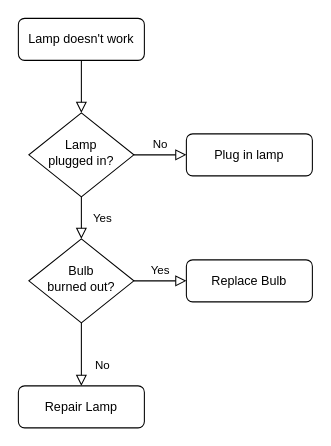
This is lc.drawio from penghao123456/zywtm, a draw.io file, before an edit. Source tidied: cells renumbered, new cells numbered last; positions are measured from the earlier drawing's top-left corner, leaving out a move shared by most shapes. Both pictures are drawn from the tidied source at 105%, with x=0, y=0 at pixel (18, 18).
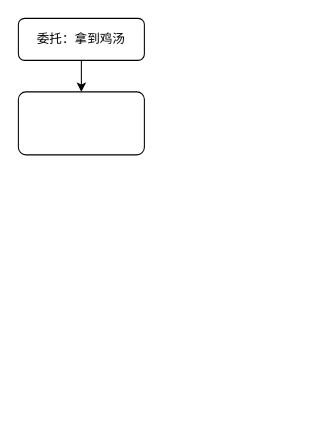
After the change.

The edit, as a diff of the source:
```diff
@@
 <mxGraphModel>
   <root>
     <mxCell id="0" />
     <mxCell id="1" parent="0" />
-    <mxCell id="2" style="rounded=0;html=1;jettySize=auto;fontSize=11;endArrow=block;endFill=0;endSize=8;strokeWidth=1;shadow=0;labelBackgroundColor=none;edgeStyle=orthogonalEdgeStyle;" parent="1" edge="1" source="3" target="6">
-      <mxGeometry relative="1" as="geometry" />
-    </mxCell>
+    <mxCell id="13" style="edgeStyle=orthogonalEdgeStyle;rounded=0;jettySize=auto;html=1;exitX=0.5;exitY=1;exitDx=0;exitDy=0;entryX=0.5;entryY=0;entryDx=0;entryDy=0;" parent="1" edge="1" source="3" target="14">
+      <mxGeometry relative="1" as="geometry" />
+    </mxCell>
-    <mxCell id="3" value="Lamp doesn't work" style="rounded=1;whiteSpace=wrap;html=1;fontSize=12;glass=0;strokeWidth=1;shadow=0;" parent="1" vertex="1">
+    <mxCell id="3" value="委托：拿到鸡汤" style="rounded=1;whiteSpace=wrap;html=1;fontSize=12;glass=0;strokeWidth=1;shadow=0;" parent="1" vertex="1">
       <mxGeometry width="120" height="40" as="geometry" />
     </mxCell>
-    <mxCell id="4" value="Yes" style="rounded=0;html=1;jettySize=auto;fontSize=11;endArrow=block;endFill=0;endSize=8;strokeWidth=1;shadow=0;labelBackgroundColor=none;edgeStyle=orthogonalEdgeStyle;" parent="1" edge="1" source="6" target="10">
-      <mxGeometry y="20" relative="1" as="geometry" />
-    </mxCell>
-    <mxCell id="5" value="No" style="edgeStyle=orthogonalEdgeStyle;rounded=0;html=1;jettySize=auto;fontSize=11;endArrow=block;endFill=0;endSize=8;strokeWidth=1;shadow=0;labelBackgroundColor=none;" parent="1" edge="1" source="6" target="7">
-      <mxGeometry y="10" relative="1" as="geometry" />
-    </mxCell>
-    <mxCell id="6" value="Lamp&lt;br&gt;plugged in?" style="rhombus;whiteSpace=wrap;html=1;shadow=0;fontFamily=Helvetica;fontSize=12;align=center;strokeWidth=1;spacing=6;spacingTop=-4;" parent="1" vertex="1">
-      <mxGeometry x="10" y="90" width="100" height="80" as="geometry" />
-    </mxCell>
-    <mxCell id="7" value="Plug in lamp" style="rounded=1;whiteSpace=wrap;html=1;fontSize=12;glass=0;strokeWidth=1;shadow=0;" parent="1" vertex="1">
-      <mxGeometry x="160" y="110" width="120" height="40" as="geometry" />
-    </mxCell>
-    <mxCell id="8" value="No" style="rounded=0;html=1;jettySize=auto;fontSize=11;endArrow=block;endFill=0;endSize=8;strokeWidth=1;shadow=0;labelBackgroundColor=none;edgeStyle=orthogonalEdgeStyle;" parent="1" edge="1" source="10" target="11">
-      <mxGeometry x="0.33" y="20" relative="1" as="geometry" />
-    </mxCell>
-    <mxCell id="9" value="Yes" style="edgeStyle=orthogonalEdgeStyle;rounded=0;html=1;jettySize=auto;fontSize=11;endArrow=block;endFill=0;endSize=8;strokeWidth=1;shadow=0;labelBackgroundColor=none;" parent="1" edge="1" source="10" target="12">
-      <mxGeometry y="10" relative="1" as="geometry" />
-    </mxCell>
-    <mxCell id="10" value="Bulb&lt;br&gt;burned out?" style="rhombus;whiteSpace=wrap;html=1;shadow=0;fontFamily=Helvetica;fontSize=12;align=center;strokeWidth=1;spacing=6;spacingTop=-4;" parent="1" vertex="1">
-      <mxGeometry x="10" y="210" width="100" height="80" as="geometry" />
-    </mxCell>
-    <mxCell id="11" value="Repair Lamp" style="rounded=1;whiteSpace=wrap;html=1;fontSize=12;glass=0;strokeWidth=1;shadow=0;" parent="1" vertex="1">
-      <mxGeometry y="350" width="120" height="40" as="geometry" />
-    </mxCell>
-    <mxCell id="12" value="Replace Bulb" style="rounded=1;whiteSpace=wrap;html=1;fontSize=12;glass=0;strokeWidth=1;shadow=0;" parent="1" vertex="1">
-      <mxGeometry x="160" y="230" width="120" height="40" as="geometry" />
-    </mxCell>
+    <mxCell id="14" style="whiteSpace=wrap;html=1;rounded=1;glass=0;strokeWidth=1;shadow=0;direction=east;arcSize=12;" parent="1" vertex="1">
+      <mxGeometry y="70" width="120" height="60" as="geometry" />
+    </mxCell>
+    <mxCell id="15" style="edgeStyle=orthogonalEdgeStyle;rounded=0;orthogonalLoop=1;jettySize=auto;html=1;exitX=0.5;exitY=1;exitDx=0;exitDy=0;" parent="1" edge="1" source="14" target="14">
+      <mxGeometry relative="1" as="geometry" />
+    </mxCell>
   </root>
 </mxGraphModel>
```
